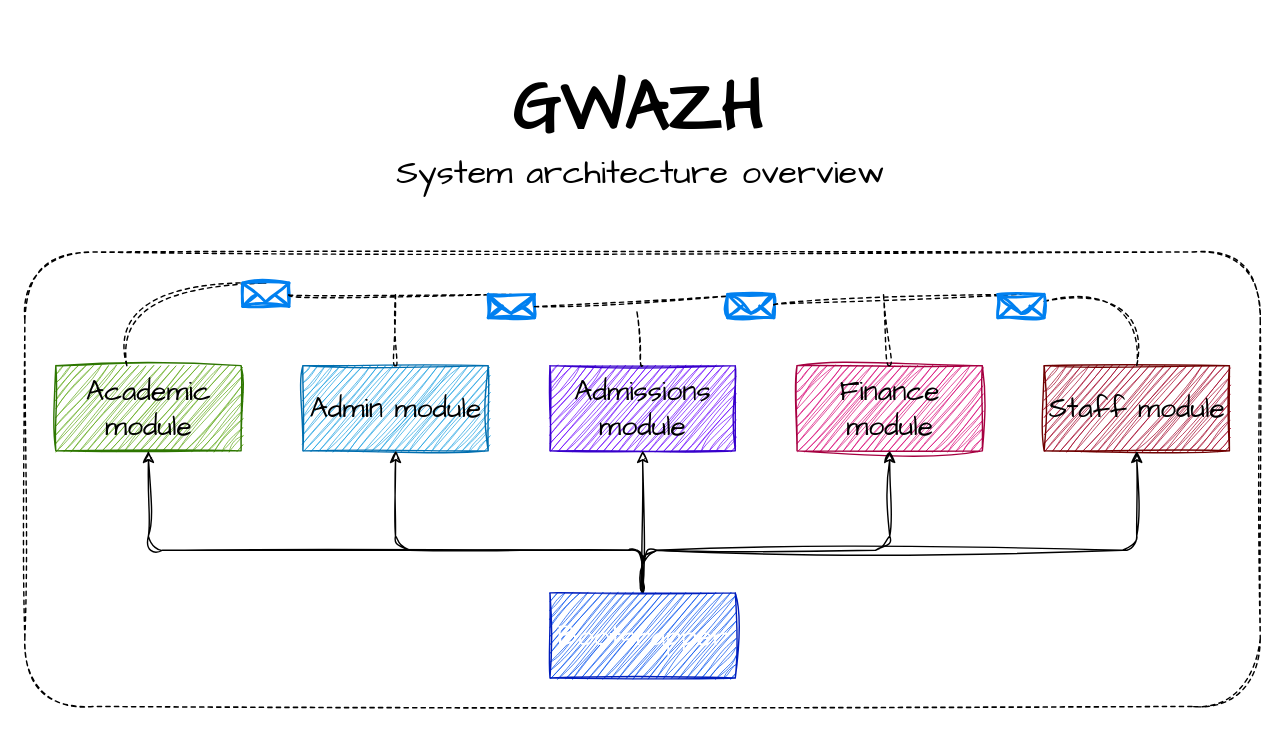
Above: docs/system-overview.drawio in vince-nyanga/gwazh-modular-monolith (draw.io), before the change. Source tidied: cells renumbered, new cells numbered last; positions are measured from the earlier drawing's top-left corner, leaving out a move shared by most shapes. Both pictures are drawn from the tidied source at 142%, with x=0, y=0 at pixel (24, 38).
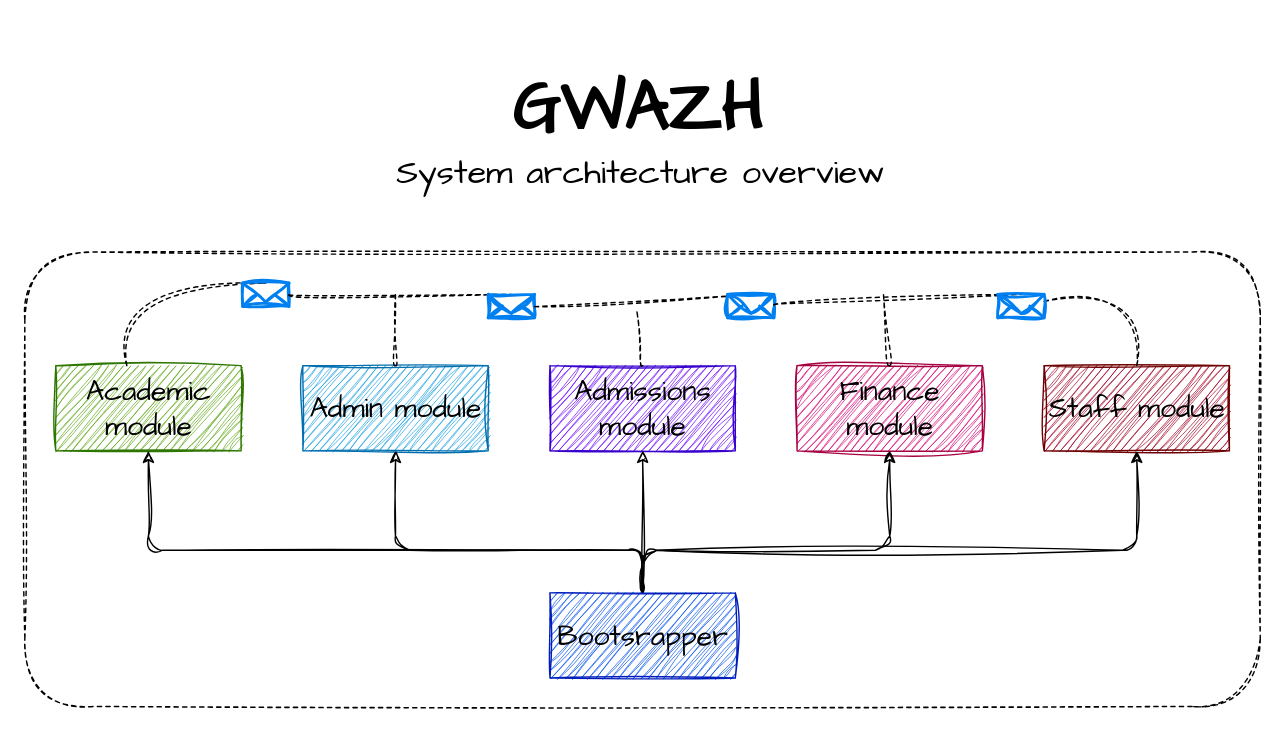
Above is the later version.

The change refers to these unchanged cells:
```xml
<mxCell id="6" style="group;" parent="4" vertex="1">
  <mxGeometry x="21.8" y="20" width="826.5" height="280" as="geometry" />
</mxCell>
```

Diff of the diagram source:
```diff
@@
-    <mxCell id="17" value="Bootsrapper" style="rounded=0;whiteSpace=wrap;html=1;sketch=1;hachureGap=4;jiggle=2;curveFitting=1;fontFamily=Architects Daughter;fontSize=20;fillColor=#0050ef;strokeColor=#001DBC;fontColor=#ffffff;" parent="6" vertex="1">
+    <mxCell id="17" value="&lt;font color=&quot;#000000&quot;&gt;Bootsrapper&lt;/font&gt;" style="rounded=0;whiteSpace=wrap;html=1;sketch=1;hachureGap=4;jiggle=2;curveFitting=1;fontFamily=Architects Daughter;fontSize=20;fillColor=#0050ef;strokeColor=#001DBC;fontColor=#ffffff;" parent="6" vertex="1">
       <mxGeometry x="348" y="220" width="130.5" height="60" as="geometry" />
     </mxCell>
```
